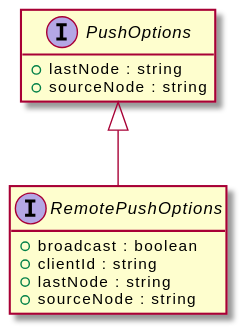
This is assets/RemotePushOptions-umlClassDiagram-9525.svg from OpenHPS/openhps-core, a PlantUML export, as it was before one commit.
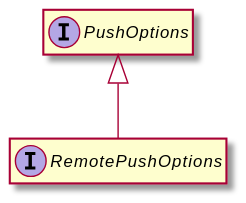
The same diagram one commit later.

What changed in the source:
```diff
@@ -3,14 +3,8 @@
 hide empty methods
 hide empty fields
 interface "RemotePushOptions" {
-    +broadcast : boolean
-    +clientId : string
-    +lastNode : string
-    +sourceNode : string
 }
 interface "PushOptions" {
-    +lastNode : string
-    +sourceNode : string
 }
 "PushOptions" <|-- "RemotePushOptions"
 @enduml
```
